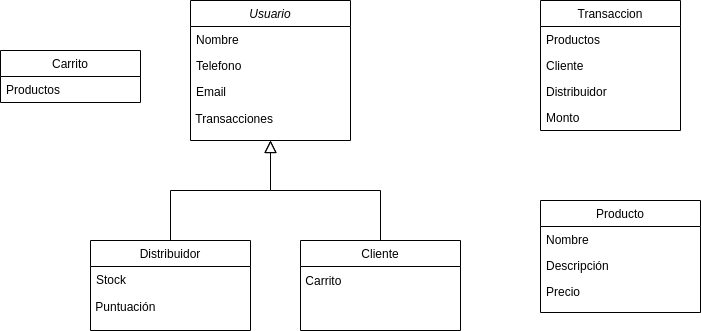
Before: Images/ModeloInicial.png, a diagram exported from draw.io (magaliboulanger/Barcelo-Boulanger-D). Source tidied: cells renumbered, new cells last; positions are measured from the earlier drawing's top-left corner, leaving out a move shared by most shapes.
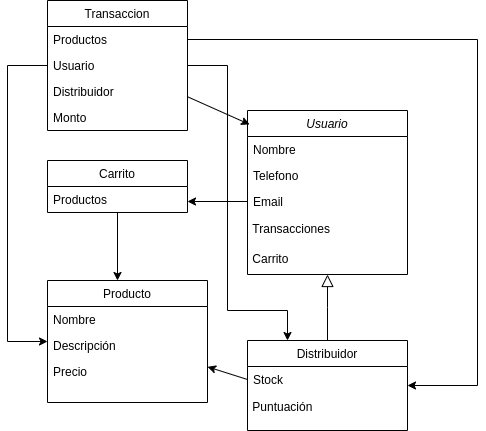
After the change.

Diff of the diagram source:
```diff
@@ -3,7 +3,7 @@
     <mxCell id="0" />
     <mxCell id="1" parent="0" />
     <mxCell id="2" value="Usuario" style="swimlane;fontStyle=2;align=center;verticalAlign=top;horizontal=1;startSize=26;rounded=0;shadow=0;strokeWidth=1;" parent="1" vertex="1">
-      <mxGeometry x="190" width="160" height="140" as="geometry" />
+      <mxGeometry x="240" width="160" height="164" as="geometry" />
     </mxCell>
     <mxCell id="3" value="Nombre" style="text;align=left;verticalAlign=top;spacingLeft=4;spacingRight=4;overflow=hidden;" parent="2" vertex="1">
       <mxGeometry y="26" width="160" height="26" as="geometry" />
@@ -17,8 +17,11 @@
     <mxCell id="6" value="&amp;nbsp;Transacciones" style="text;html=1;strokeColor=none;fillColor=none;align=left;verticalAlign=middle;whiteSpace=wrap;rounded=0;" parent="2" vertex="1">
       <mxGeometry y="104" width="160" height="30" as="geometry" />
     </mxCell>
+    <mxCell id="12" value="&amp;nbsp;Carrito" style="text;html=1;strokeColor=none;fillColor=none;align=left;verticalAlign=middle;whiteSpace=wrap;rounded=0;" parent="2" vertex="1">
+      <mxGeometry y="134" width="160" height="30" as="geometry" />
+    </mxCell>
     <mxCell id="7" value="Distribuidor" style="swimlane;fontStyle=0;align=center;verticalAlign=top;horizontal=1;startSize=26;rounded=0;shadow=0;strokeWidth=1;" parent="1" vertex="1">
-      <mxGeometry x="90" y="240" width="160" height="90" as="geometry" />
+      <mxGeometry x="240" y="230" width="160" height="90" as="geometry" />
     </mxCell>
     <mxCell id="8" value="Stock" style="text;align=left;verticalAlign=top;spacingLeft=4;spacingRight=4;overflow=hidden;points=[[0,0.5],[1,0.5]];portConstraint=eastwest;rounded=0;shadow=0;html=0;" parent="7" vertex="1">
       <mxGeometry y="26" width="160" height="26" as="geometry" />
@@ -29,17 +32,8 @@
     <mxCell id="10" style="endArrow=block;endSize=10;endFill=0;shadow=0;strokeWidth=1;rounded=0;edgeStyle=elbowEdgeStyle;elbow=vertical;" parent="1" edge="1" source="7" target="2">
       <mxGeometry relative="1" as="geometry" />
     </mxCell>
-    <mxCell id="11" value="Cliente" style="swimlane;fontStyle=0;align=center;verticalAlign=top;horizontal=1;startSize=26;rounded=0;shadow=0;strokeWidth=1;" parent="1" vertex="1">
-      <mxGeometry x="300" y="240" width="160" height="90" as="geometry" />
-    </mxCell>
-    <mxCell id="12" value="&amp;nbsp;Carrito" style="text;html=1;strokeColor=none;fillColor=none;align=left;verticalAlign=middle;whiteSpace=wrap;rounded=0;" parent="11" vertex="1">
-      <mxGeometry y="26" width="160" height="30" as="geometry" />
-    </mxCell>
-    <mxCell id="13" style="endArrow=block;endSize=10;endFill=0;shadow=0;strokeWidth=1;rounded=0;edgeStyle=elbowEdgeStyle;elbow=vertical;" parent="1" edge="1" source="11" target="2">
-      <mxGeometry relative="1" as="geometry" />
-    </mxCell>
     <mxCell id="14" value="Producto" style="swimlane;fontStyle=0;align=center;verticalAlign=top;horizontal=1;startSize=26;rounded=0;shadow=0;strokeWidth=1;" parent="1" vertex="1">
-      <mxGeometry x="540" y="200" width="160" height="112" as="geometry" />
+      <mxGeometry x="40" y="170" width="160" height="122" as="geometry" />
     </mxCell>
     <mxCell id="15" value="Nombre" style="text;align=left;verticalAlign=top;spacingLeft=4;spacingRight=4;overflow=hidden;" parent="14" vertex="1">
       <mxGeometry y="26" width="160" height="26" as="geometry" />
@@ -50,13 +44,33 @@
     <mxCell id="17" value="Precio" style="text;align=left;verticalAlign=top;spacingLeft=4;spacingRight=4;overflow=hidden;" parent="14" vertex="1">
       <mxGeometry y="78" width="160" height="26" as="geometry" />
     </mxCell>
+    <mxCell id="25" style="edgeStyle=none;rounded=0;jettySize=auto;html=1;entryX=0.013;entryY=0.085;entryDx=0;entryDy=0;entryPerimeter=0;" parent="1" edge="1" source="18" target="2">
+      <mxGeometry relative="1" as="geometry" />
+    </mxCell>
+    <mxCell id="26" style="edgeStyle=orthogonalEdgeStyle;rounded=0;jettySize=auto;html=1;entryX=0.25;entryY=0;entryDx=0;entryDy=0;" parent="1" edge="1" source="18" target="7">
+      <mxGeometry relative="1" as="geometry">
+        <Array as="points">
+          <mxPoint x="220" y="-45" />
+          <mxPoint x="220" y="200" />
+          <mxPoint x="280" y="200" />
+        </Array>
+      </mxGeometry>
+    </mxCell>
+    <mxCell id="27" style="edgeStyle=orthogonalEdgeStyle;rounded=0;jettySize=auto;html=1;" parent="1" edge="1" source="18" target="14">
+      <mxGeometry relative="1" as="geometry">
+        <Array as="points">
+          <mxPoint y="-45" />
+          <mxPoint y="231" />
+        </Array>
+      </mxGeometry>
+    </mxCell>
     <mxCell id="18" value="Transaccion" style="swimlane;fontStyle=0;horizontal=1;startSize=26;fillColor=none;" parent="1" vertex="1">
-      <mxGeometry x="540" width="140" height="130" as="geometry" />
+      <mxGeometry x="40" y="-110" width="140" height="130" as="geometry" />
     </mxCell>
     <mxCell id="19" value="Productos" style="text;strokeColor=none;fillColor=none;align=left;verticalAlign=top;spacingLeft=4;spacingRight=4;overflow=hidden;points=[[0,0.5],[1,0.5]];portConstraint=eastwest;" parent="18" vertex="1">
       <mxGeometry y="26" width="140" height="26" as="geometry" />
     </mxCell>
-    <mxCell id="20" value="Cliente" style="text;strokeColor=none;fillColor=none;align=left;verticalAlign=top;spacingLeft=4;spacingRight=4;overflow=hidden;" parent="18" vertex="1">
+    <mxCell id="20" value="Usuario" style="text;strokeColor=none;fillColor=none;align=left;verticalAlign=top;spacingLeft=4;spacingRight=4;overflow=hidden;" parent="18" vertex="1">
       <mxGeometry y="52" width="140" height="26" as="geometry" />
     </mxCell>
     <mxCell id="21" value="Distribuidor" style="text;strokeColor=none;fillColor=none;align=left;verticalAlign=top;spacingLeft=4;spacingRight=4;overflow=hidden;" parent="18" vertex="1">
@@ -65,11 +79,32 @@
     <mxCell id="22" value="Monto&#10;" style="text;strokeColor=none;fillColor=none;align=left;verticalAlign=top;spacingLeft=4;spacingRight=4;overflow=hidden;" parent="18" vertex="1">
       <mxGeometry y="104" width="140" height="26" as="geometry" />
     </mxCell>
+    <mxCell id="28" style="rounded=0;jettySize=auto;html=1;" parent="1" edge="1" source="23">
+      <mxGeometry relative="1" as="geometry">
+        <mxPoint x="110" y="170" as="targetPoint" />
+      </mxGeometry>
+    </mxCell>
     <mxCell id="23" value="Carrito" style="swimlane;fontStyle=0;horizontal=1;startSize=26;fillColor=none;" parent="1" vertex="1">
-      <mxGeometry y="50" width="140" height="52" as="geometry" />
+      <mxGeometry x="40" y="50" width="140" height="52" as="geometry" />
     </mxCell>
     <mxCell id="24" value="Productos" style="text;strokeColor=none;fillColor=none;align=left;verticalAlign=top;spacingLeft=4;spacingRight=4;overflow=hidden;" parent="23" vertex="1">
       <mxGeometry y="26" width="140" height="26" as="geometry" />
     </mxCell>
+    <mxCell id="29" style="rounded=0;jettySize=auto;html=1;exitX=0;exitY=0.5;exitDx=0;exitDy=0;" parent="1" edge="1" source="5">
+      <mxGeometry relative="1" as="geometry">
+        <mxPoint x="180" y="91" as="targetPoint" />
+      </mxGeometry>
+    </mxCell>
+    <mxCell id="30" style="edgeStyle=orthogonalEdgeStyle;rounded=0;jettySize=auto;html=1;exitX=1;exitY=0.5;exitDx=0;exitDy=0;" parent="1" edge="1" source="19" target="7">
+      <mxGeometry relative="1" as="geometry">
+        <Array as="points">
+          <mxPoint x="470" y="-71" />
+          <mxPoint x="470" y="275" />
+        </Array>
+      </mxGeometry>
+    </mxCell>
+    <mxCell id="31" style="edgeStyle=none;rounded=0;jettySize=auto;html=1;exitX=0;exitY=0.5;exitDx=0;exitDy=0;" parent="1" edge="1" source="8" target="14">
+      <mxGeometry relative="1" as="geometry" />
+    </mxCell>
   </root>
 </mxGraphModel>
```
